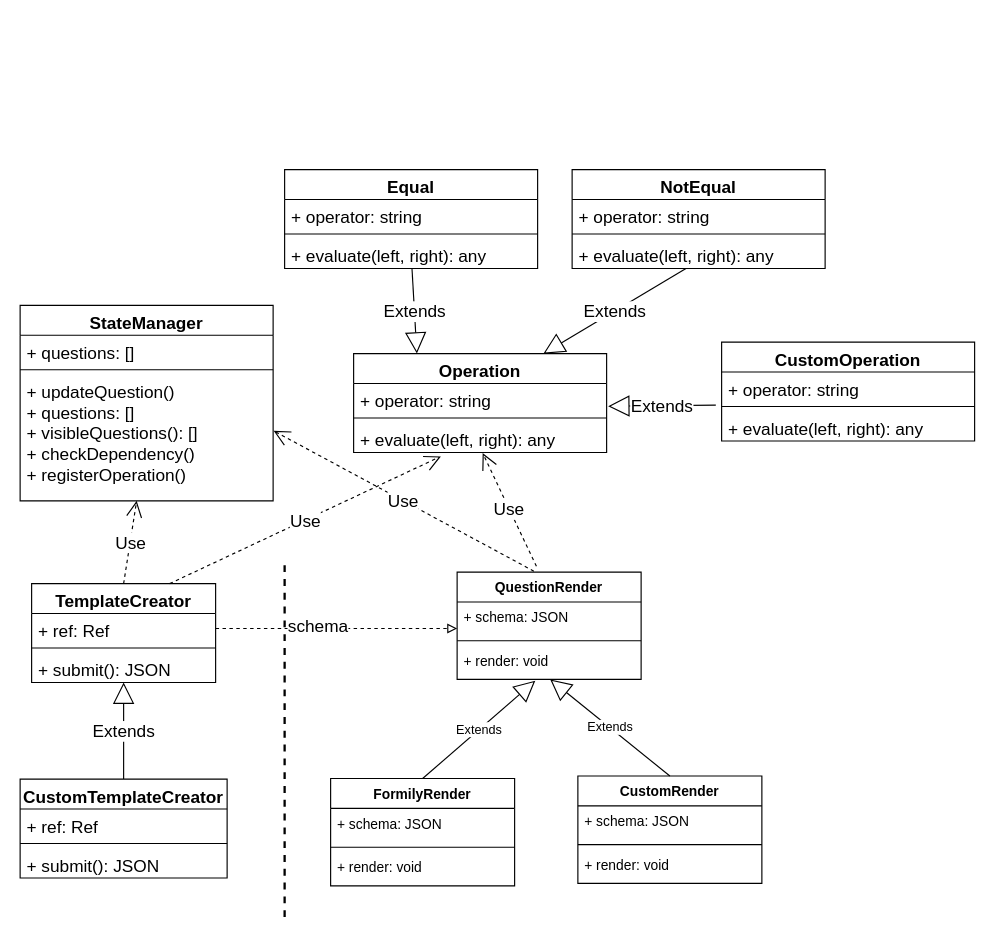
Before: Questionnaire.drawio in shuangquanhuang/drawio, a draw.io diagram. Source tidied: cells renumbered, new cells numbered last; positions are measured from the earlier drawing's top-left corner, leaving out a move shared by most shapes. Both pictures are drawn from the tidied source at 115%, with x=0, y=0 at pixel (20, 169).
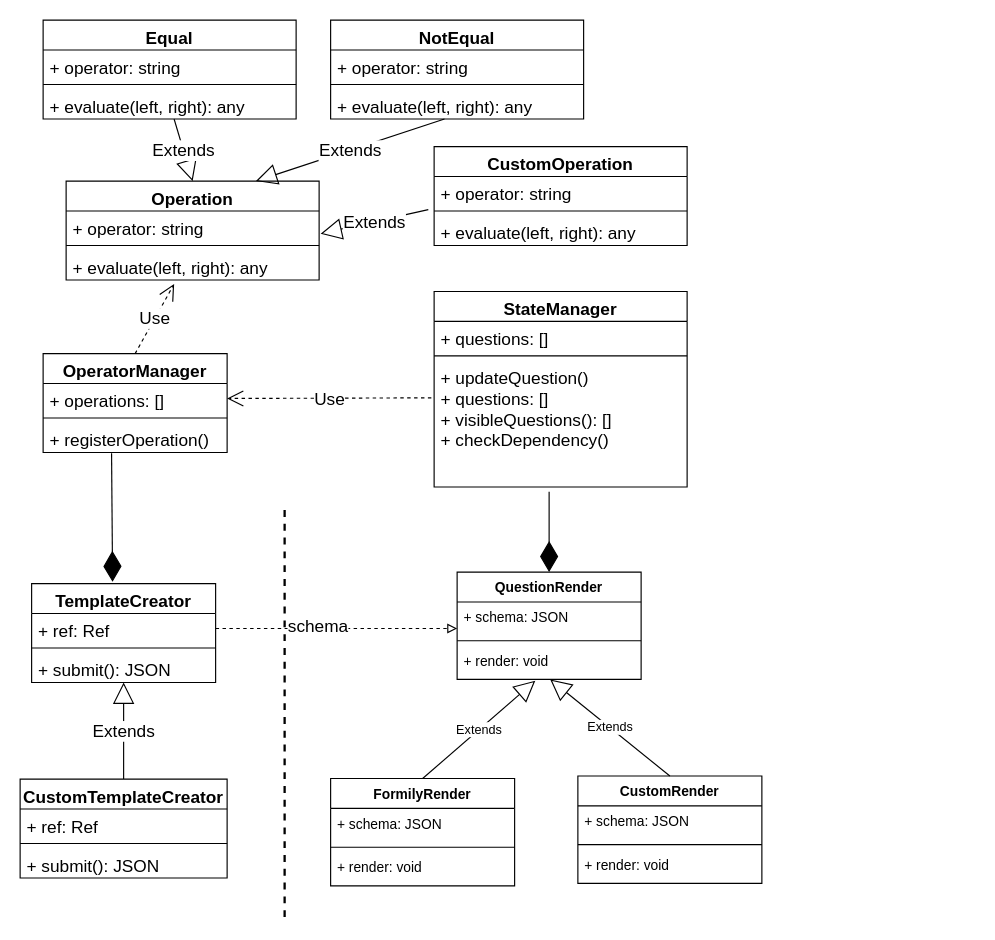
After the change.

The change refers to these unchanged cells:
```xml
<mxCell id="4" value="QuestionRender" style="swimlane;fontStyle=1;align=center;verticalAlign=top;horizontal=1;startSize=26;" parent="3" vertex="1">
  <mxGeometry x="110" width="160" height="93.3" as="geometry" />
</mxCell>
<mxCell id="27" value="+ evaluate(left, right): any" style="text;strokeColor=none;fillColor=none;align=left;verticalAlign=top;spacingLeft=4;spacingRight=4;overflow=hidden;points=[[0,0.5],[1,0.5]];portConstraint=eastwest;fontSize=15;" parent="24" vertex="1">
  <mxGeometry y="60" width="220" height="26" as="geometry" />
</mxCell>
<mxCell id="31" value="+ evaluate(left, right): any" style="text;strokeColor=none;fillColor=none;align=left;verticalAlign=top;spacingLeft=4;spacingRight=4;overflow=hidden;points=[[0,0.5],[1,0.5]];portConstraint=eastwest;fontSize=15;" parent="28" vertex="1">
  <mxGeometry y="60" width="220" height="26" as="geometry" />
</mxCell>
<mxCell id="44" value="TemplateCreator" style="swimlane;fontStyle=1;align=center;verticalAlign=top;horizontal=1;startSize=26;fontSize=15;" parent="1" vertex="1">
  <mxGeometry x="10" y="360" width="160" height="86" as="geometry" />
</mxCell>
```

Diff of the diagram source:
```diff
@@
     <mxCell id="2" style="endArrow=none;dashed=1;html=1;strokeWidth=2;rounded=0;" parent="1" edge="1">
       <mxGeometry relative="1" as="geometry">
         <mxPoint x="230" y="650" as="sourcePoint" />
-        <mxPoint x="230" y="340" as="targetPoint" />
+        <mxPoint x="230" y="290" as="targetPoint" />
       </mxGeometry>
     </mxCell>
@@
     <mxCell id="24" value="Operation" style="swimlane;fontStyle=1;align=center;verticalAlign=top;horizontal=1;startSize=26;fontSize=15;" parent="1" vertex="1">
-      <mxGeometry x="290" y="160" width="220" height="86" as="geometry" />
+      <mxGeometry x="40" y="10" width="220" height="86" as="geometry" />
     </mxCell>
@@
     <mxCell id="28" value="Equal" style="swimlane;fontStyle=1;align=center;verticalAlign=top;horizontal=1;startSize=26;fontSize=15;" parent="1" vertex="1">
-      <mxGeometry x="230" width="220" height="86" as="geometry" />
+      <mxGeometry x="20" y="-130" width="220" height="86" as="geometry" />
     </mxCell>
@@
     <mxCell id="32" value="NotEqual" style="swimlane;fontStyle=1;align=center;verticalAlign=top;horizontal=1;startSize=26;fontSize=15;" parent="1" vertex="1">
-      <mxGeometry x="480" width="220" height="86" as="geometry" />
+      <mxGeometry x="270" y="-130" width="220" height="86" as="geometry" />
     </mxCell>
@@
     <mxCell id="36" value="CustomOperation" style="swimlane;fontStyle=1;align=center;verticalAlign=top;horizontal=1;startSize=26;fontSize=15;" parent="1" vertex="1">
-      <mxGeometry x="610" y="150" width="220" height="86" as="geometry" />
+      <mxGeometry x="360" y="-20" width="220" height="86" as="geometry" />
     </mxCell>
@@
-    <mxCell id="40" value="Extends" style="endArrow=block;endSize=16;endFill=0;html=1;rounded=0;fontSize=15;entryX=0.25;entryY=0;entryDx=0;entryDy=0;" parent="1" edge="1" source="31" target="24">
+    <mxCell id="40" value="Extends" style="endArrow=block;endSize=16;endFill=0;html=1;rounded=0;fontSize=15;entryX=0.5;entryY=0;entryDx=0;entryDy=0;" parent="1" edge="1" source="31" target="24">
       <mxGeometry relative="1" as="geometry" />
     </mxCell>
@@
-    <mxCell id="43" value="Use" style="endArrow=open;endSize=12;dashed=1;html=1;rounded=0;fontSize=15;entryX=0.51;entryY=1.017;entryDx=0;entryDy=0;entryPerimeter=0;exitX=0.431;exitY=-0.054;exitDx=0;exitDy=0;exitPerimeter=0;" parent="1" edge="1" source="4" target="27">
-      <mxGeometry relative="1" as="geometry" />
-    </mxCell>
@@
     <mxCell id="49" value="StateManager" style="swimlane;fontStyle=1;align=center;verticalAlign=top;horizontal=1;startSize=26;fontSize=15;" parent="1" vertex="1">
-      <mxGeometry y="118" width="220" height="170" as="geometry" />
+      <mxGeometry x="360" y="106" width="220" height="170" as="geometry" />
     </mxCell>
@@
-    <mxCell id="52" value="+ updateQuestion()&#10;+ questions: []&#10;+ visibleQuestions(): []&#10;+ checkDependency()&#10;+ registerOperation()" style="text;strokeColor=none;fillColor=none;align=left;verticalAlign=top;spacingLeft=4;spacingRight=4;overflow=hidden;points=[[0,0.5],[1,0.5]];portConstraint=eastwest;fontSize=15;" parent="49" vertex="1">
+    <mxCell id="52" value="+ updateQuestion()&#10;+ questions: []&#10;+ visibleQuestions(): []&#10;+ checkDependency()&#10;" style="text;strokeColor=none;fillColor=none;align=left;verticalAlign=top;spacingLeft=4;spacingRight=4;overflow=hidden;points=[[0,0.5],[1,0.5]];portConstraint=eastwest;fontSize=15;" parent="49" vertex="1">
       <mxGeometry y="60" width="220" height="110" as="geometry" />
     </mxCell>
-    <mxCell id="53" value="Use" style="endArrow=open;endSize=12;dashed=1;html=1;rounded=0;fontSize=15;entryX=1.002;entryY=0.447;entryDx=0;entryDy=0;entryPerimeter=0;exitX=0.417;exitY=-0.009;exitDx=0;exitDy=0;exitPerimeter=0;" parent="1" edge="1" source="4" target="52">
-      <mxGeometry relative="1" as="geometry" />
-    </mxCell>
-    <mxCell id="54" value="Use" style="endArrow=open;endSize=12;dashed=1;html=1;rounded=0;fontSize=15;exitX=0.5;exitY=0;exitDx=0;exitDy=0;" parent="1" edge="1" source="44" target="52">
-      <mxGeometry relative="1" as="geometry" />
-    </mxCell>
-    <mxCell id="55" value="Use" style="endArrow=open;endSize=12;dashed=1;html=1;rounded=0;fontSize=15;entryX=0.345;entryY=1.129;entryDx=0;entryDy=0;entryPerimeter=0;exitX=0.75;exitY=0;exitDx=0;exitDy=0;" parent="1" edge="1" source="44" target="27">
-      <mxGeometry relative="1" as="geometry" />
-    </mxCell>
+    <mxCell id="56" style="endArrow=diamondThin;endFill=1;endSize=24;html=1;rounded=0;fontSize=15;entryX=0.5;entryY=0;entryDx=0;entryDy=0;" parent="1" edge="1" target="4">
+      <mxGeometry relative="1" as="geometry">
+        <mxPoint x="460" y="280" as="sourcePoint" />
+      </mxGeometry>
+    </mxCell>
+    <mxCell id="57" style="endArrow=diamondThin;endFill=1;endSize=24;html=1;rounded=0;fontSize=15;entryX=0.44;entryY=-0.018;entryDx=0;entryDy=0;entryPerimeter=0;exitX=0.372;exitY=1.024;exitDx=0;exitDy=0;exitPerimeter=0;" parent="1" edge="1" source="61" target="44">
+      <mxGeometry relative="1" as="geometry" />
+    </mxCell>
+    <mxCell id="58" value="OperatorManager" style="swimlane;fontStyle=1;align=center;verticalAlign=top;horizontal=1;startSize=26;fontSize=15;" parent="1" vertex="1">
+      <mxGeometry x="20" y="160" width="160" height="86" as="geometry" />
+    </mxCell>
+    <mxCell id="59" value="+ operations: []" style="text;strokeColor=none;fillColor=none;align=left;verticalAlign=top;spacingLeft=4;spacingRight=4;overflow=hidden;points=[[0,0.5],[1,0.5]];portConstraint=eastwest;fontSize=15;" parent="58" vertex="1">
+      <mxGeometry y="26" width="160" height="26" as="geometry" />
+    </mxCell>
+    <mxCell id="60" style="line;strokeWidth=1;fillColor=none;align=left;verticalAlign=middle;spacingTop=-1;spacingLeft=3;spacingRight=3;labelPosition=right;fontSize=15;" parent="58" vertex="1">
+      <mxGeometry y="52" width="160" height="8" as="geometry" />
+    </mxCell>
+    <mxCell id="61" value="+ registerOperation()" style="text;strokeColor=none;fillColor=none;align=left;verticalAlign=top;spacingLeft=4;spacingRight=4;overflow=hidden;points=[[0,0.5],[1,0.5]];portConstraint=eastwest;fontSize=15;" parent="58" vertex="1">
+      <mxGeometry y="60" width="160" height="26" as="geometry" />
+    </mxCell>
+    <mxCell id="62" value="Use" style="endArrow=open;endSize=12;dashed=1;html=1;rounded=0;fontSize=15;entryX=0.427;entryY=1.129;entryDx=0;entryDy=0;entryPerimeter=0;exitX=0.5;exitY=0;exitDx=0;exitDy=0;" parent="1" edge="1" source="58" target="27">
+      <mxGeometry relative="1" as="geometry" />
+    </mxCell>
+    <mxCell id="63" value="Use" style="endArrow=open;endSize=12;dashed=1;html=1;rounded=0;fontSize=15;entryX=1;entryY=0.5;entryDx=0;entryDy=0;exitX=-0.011;exitY=0.295;exitDx=0;exitDy=0;exitPerimeter=0;" parent="1" edge="1" source="52" target="59">
+      <mxGeometry relative="1" as="geometry" />
+    </mxCell>
```
